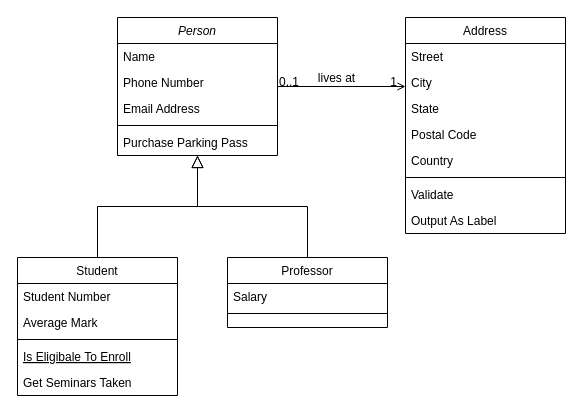
Above: Untitled Diagram.drawio in maslitaAziz/Exercise1DITP3113 (draw.io), before the change. Source tidied: cells renumbered, new cells numbered last; positions are measured from the earlier drawing's top-left corner, leaving out a move shared by most shapes. Both pictures are drawn from the tidied source at 100%, with x=0, y=0 at pixel (17, 17).
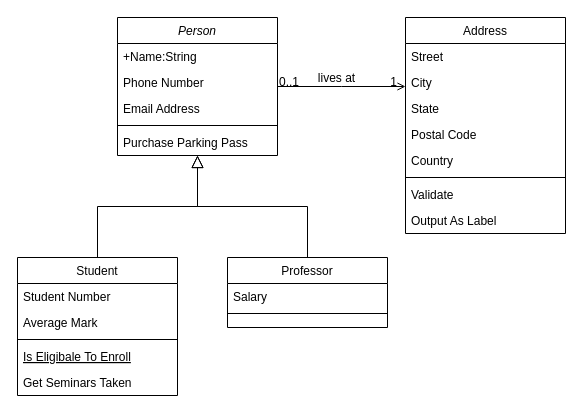
The same diagram, later.

The change refers to these unchanged cells:
```xml
<mxCell id="2" value="Person" style="swimlane;fontStyle=2;align=center;verticalAlign=top;horizontal=1;startSize=26;rounded=0;shadow=0;strokeWidth=1;" parent="1" vertex="1">
  <mxGeometry x="100" width="160" height="138" as="geometry" />
</mxCell>
```

The edit, as a diff of the source:
```diff
@@
-    <mxCell id="3" value="Name" style="text;align=left;verticalAlign=top;spacingLeft=4;spacingRight=4;overflow=hidden;" parent="2" vertex="1">
+    <mxCell id="3" value="+Name:String" style="text;align=left;verticalAlign=top;spacingLeft=4;spacingRight=4;overflow=hidden;" parent="2" vertex="1">
       <mxGeometry y="26" width="160" height="26" as="geometry" />
     </mxCell>
```
